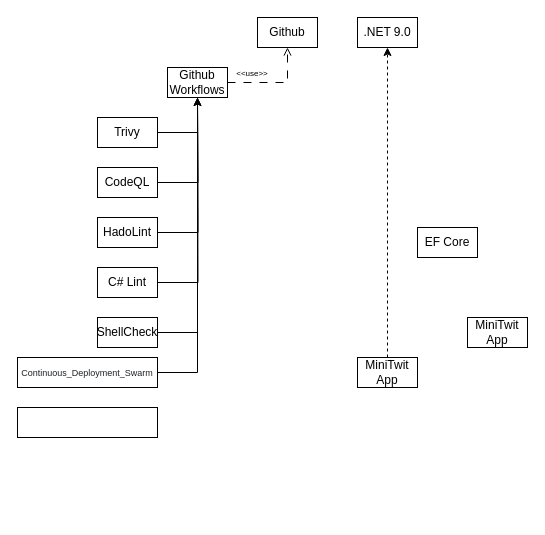
Above: diagrams/dependency_diagram/MiniTwit_dependency_diagram.drawio in Joakim-David/GruppeOG (draw.io), before the change. Source tidied: cells renumbered, new cells numbered last; positions are measured from the earlier drawing's top-left corner, leaving out a move shared by most shapes. Both pictures are drawn from the tidied source at 100%, with x=0, y=0 at pixel (17, 17).
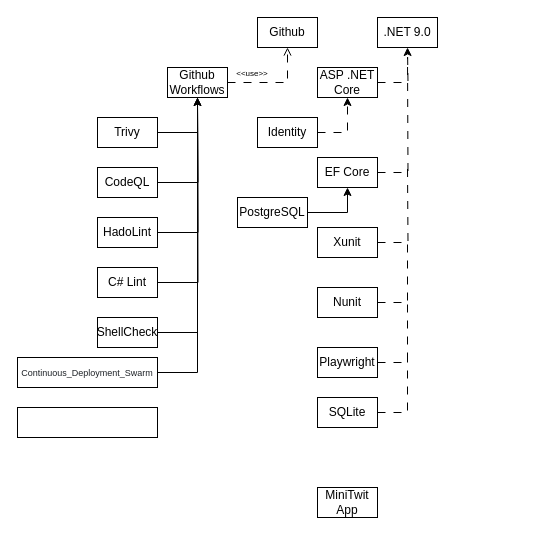
The same diagram, later.

Diff of the diagram source:
```diff
@@
-    <mxCell id="19" style="edgeStyle=orthogonalEdgeStyle;rounded=0;jettySize=auto;html=1;dashed=1;" parent="1" edge="1" source="20">
-      <mxGeometry relative="1" as="geometry">
-        <mxPoint x="370" y="30" as="targetPoint" />
-      </mxGeometry>
-    </mxCell>
     <mxCell id="20" value="MiniTwit App" style="rounded=0;whiteSpace=wrap;html=1;" parent="1" vertex="1">
-      <mxGeometry x="340" y="340" width="60" height="30" as="geometry" />
+      <mxGeometry x="300" y="470" width="60" height="30" as="geometry" />
     </mxCell>
     <mxCell id="21" value=".NET 9.0" style="rounded=0;whiteSpace=wrap;html=1;" parent="1" vertex="1">
-      <mxGeometry x="340" width="60" height="30" as="geometry" />
+      <mxGeometry x="360" width="60" height="30" as="geometry" />
     </mxCell>
+    <mxCell id="24" style="edgeStyle=orthogonalEdgeStyle;rounded=0;jettySize=auto;html=1;dashed=1;dashPattern=8 8;" parent="1" edge="1" source="22">
+      <mxGeometry relative="1" as="geometry">
+        <mxPoint x="390" y="30" as="targetPoint" />
+      </mxGeometry>
+    </mxCell>
-    <mxCell id="22" value="EF Core" style="rounded=0;whiteSpace=wrap;html=1;" parent="1" vertex="1">
-      <mxGeometry x="400" y="210" width="60" height="30" as="geometry" />
+    <mxCell id="22" value="ASP .NET Core" style="rounded=0;whiteSpace=wrap;html=1;" parent="1" vertex="1">
+      <mxGeometry x="300" y="50" width="60" height="30" as="geometry" />
     </mxCell>
+    <mxCell id="25" style="edgeStyle=orthogonalEdgeStyle;rounded=0;jettySize=auto;html=1;entryX=0.5;entryY=1;entryDx=0;entryDy=0;exitX=1;exitY=0.5;exitDx=0;exitDy=0;dashed=1;dashPattern=8 8;" parent="1" edge="1" source="23" target="22">
+      <mxGeometry relative="1" as="geometry" />
+    </mxCell>
-    <mxCell id="23" value="MiniTwit App" style="rounded=0;whiteSpace=wrap;html=1;" parent="1" vertex="1">
-      <mxGeometry x="450" y="300" width="60" height="30" as="geometry" />
+    <mxCell id="23" value="Identity" style="rounded=0;whiteSpace=wrap;html=1;" parent="1" vertex="1">
+      <mxGeometry x="240" y="100" width="60" height="30" as="geometry" />
     </mxCell>
+    <mxCell id="26" style="edgeStyle=orthogonalEdgeStyle;rounded=0;jettySize=auto;html=1;endArrow=none;endFill=0;dashed=1;dashPattern=8 8;" parent="1" edge="1" source="27">
+      <mxGeometry relative="1" as="geometry">
+        <mxPoint x="390" y="40" as="targetPoint" />
+      </mxGeometry>
+    </mxCell>
+    <mxCell id="27" value="EF Core" style="rounded=0;whiteSpace=wrap;html=1;" parent="1" vertex="1">
+      <mxGeometry x="300" y="140" width="60" height="30" as="geometry" />
+    </mxCell>
+    <mxCell id="28" style="edgeStyle=orthogonalEdgeStyle;rounded=0;jettySize=auto;html=1;endArrow=none;endFill=0;dashed=1;dashPattern=8 8;" parent="1" edge="1" source="29">
+      <mxGeometry relative="1" as="geometry">
+        <mxPoint x="390" y="150" as="targetPoint" />
+      </mxGeometry>
+    </mxCell>
+    <mxCell id="29" value="Xunit" style="rounded=0;whiteSpace=wrap;html=1;" parent="1" vertex="1">
+      <mxGeometry x="300" y="210" width="60" height="30" as="geometry" />
+    </mxCell>
+    <mxCell id="30" style="edgeStyle=orthogonalEdgeStyle;rounded=0;jettySize=auto;html=1;endArrow=none;endFill=0;dashed=1;dashPattern=8 8;" parent="1" edge="1" source="31">
+      <mxGeometry relative="1" as="geometry">
+        <mxPoint x="390" y="220" as="targetPoint" />
+        <Array as="points">
+          <mxPoint x="390" y="285" />
+        </Array>
+      </mxGeometry>
+    </mxCell>
+    <mxCell id="31" value="Nunit" style="rounded=0;whiteSpace=wrap;html=1;" parent="1" vertex="1">
+      <mxGeometry x="300" y="270" width="60" height="30" as="geometry" />
+    </mxCell>
+    <mxCell id="32" style="edgeStyle=orthogonalEdgeStyle;rounded=0;jettySize=auto;html=1;endArrow=none;endFill=0;dashed=1;dashPattern=8 8;" parent="1" edge="1" source="33">
+      <mxGeometry relative="1" as="geometry">
+        <mxPoint x="390" y="280" as="targetPoint" />
+        <Array as="points">
+          <mxPoint x="390" y="345" />
+        </Array>
+      </mxGeometry>
+    </mxCell>
+    <mxCell id="33" value="Playwright" style="rounded=0;whiteSpace=wrap;html=1;" parent="1" vertex="1">
+      <mxGeometry x="300" y="330" width="60" height="30" as="geometry" />
+    </mxCell>
+    <mxCell id="34" style="edgeStyle=orthogonalEdgeStyle;rounded=0;jettySize=auto;html=1;endArrow=none;endFill=0;dashed=1;dashPattern=8 8;" parent="1" edge="1" source="35">
+      <mxGeometry relative="1" as="geometry">
+        <mxPoint x="390" y="340" as="targetPoint" />
+        <Array as="points">
+          <mxPoint x="390" y="395" />
+        </Array>
+      </mxGeometry>
+    </mxCell>
+    <mxCell id="35" value="SQLite" style="rounded=0;whiteSpace=wrap;html=1;" parent="1" vertex="1">
+      <mxGeometry x="300" y="380" width="60" height="30" as="geometry" />
+    </mxCell>
+    <mxCell id="36" style="edgeStyle=orthogonalEdgeStyle;rounded=0;jettySize=auto;html=1;entryX=0.5;entryY=1;entryDx=0;entryDy=0;" parent="1" edge="1" source="37" target="27">
+      <mxGeometry relative="1" as="geometry" />
+    </mxCell>
+    <mxCell id="37" value="PostgreSQL" style="rounded=0;whiteSpace=wrap;html=1;" parent="1" vertex="1">
+      <mxGeometry x="220" y="180" width="70" height="30" as="geometry" />
+    </mxCell>
```
